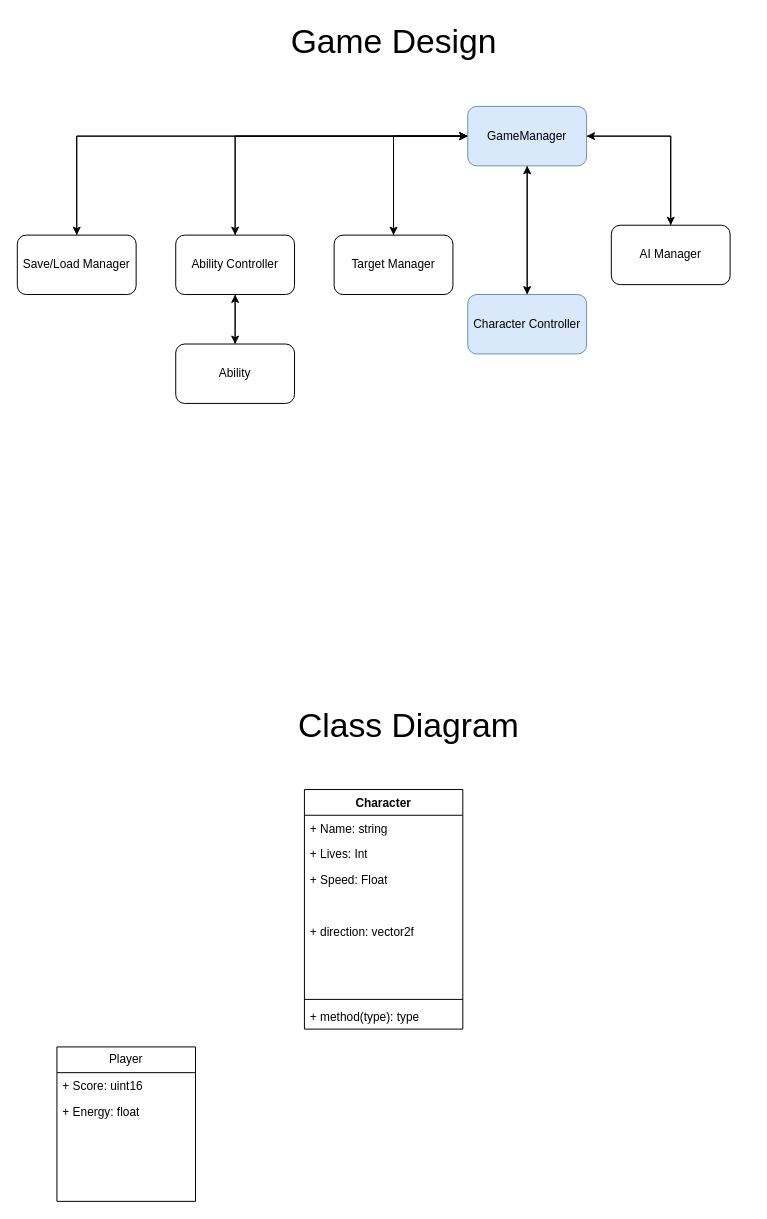
Before: docs/umlDocs/RapidRecharge-GameDesign-Diagram.drawio in JodyLS27/space-invaders, a draw.io diagram. Source tidied: cells renumbered, new cells numbered last; positions are measured from the earlier drawing's top-left corner, leaving out a move shared by most shapes. Both pictures are drawn from the tidied source at 99%, with x=0, y=0 at pixel (17, 17).
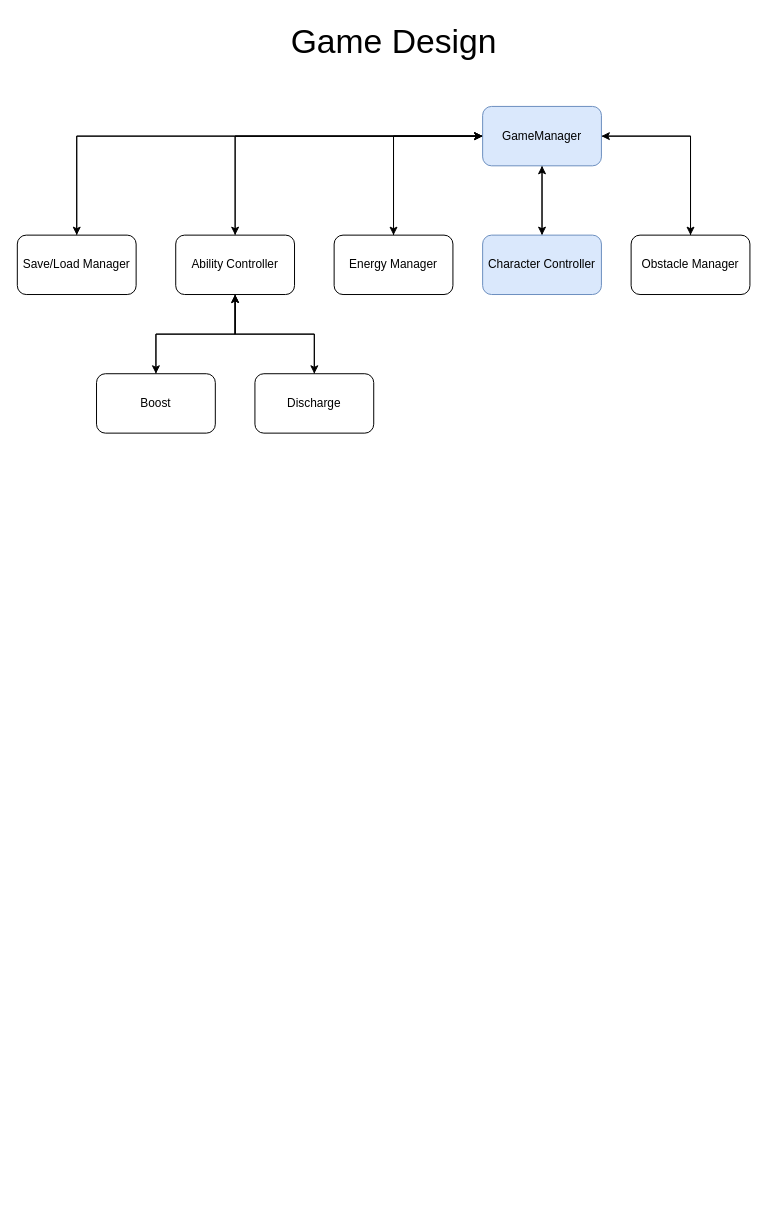
After the change.

Commit message (it also covers changes not shown here):
Adding UML Documentaion - Added the stateMachines Folder - Added a Player Input stateMachine diagram. - Added a gameDesign Diagram

Unchanged cells that the change refers to:
```xml
<mxCell id="13" value="Ability Controller" style="rounded=1;whiteSpace=wrap;html=1;" parent="1" vertex="1">
  <mxGeometry x="160" y="220" width="120" height="60" as="geometry" />
</mxCell>
```

The edit, as a diff of the source:
```diff
@@
     <mxCell id="7" value="GameManager" style="rounded=1;whiteSpace=wrap;html=1;fillColor=#dae8fc;strokeColor=#6c8ebf;" parent="1" vertex="1">
-      <mxGeometry x="455" y="90" width="120" height="60" as="geometry" />
+      <mxGeometry x="470" y="90" width="120" height="60" as="geometry" />
     </mxCell>
@@
     <mxCell id="9" value="Character Controller" style="rounded=1;whiteSpace=wrap;html=1;fillColor=#dae8fc;strokeColor=#6c8ebf;" parent="1" vertex="1">
-      <mxGeometry x="455" y="280" width="120" height="60" as="geometry" />
+      <mxGeometry x="470" y="220" width="120" height="60" as="geometry" />
     </mxCell>
@@
-    <mxCell id="11" value="Target Manager" style="rounded=1;whiteSpace=wrap;html=1;" parent="1" vertex="1">
+    <mxCell id="11" value="Energy Manager" style="rounded=1;whiteSpace=wrap;html=1;" parent="1" vertex="1">
       <mxGeometry x="320" y="220" width="120" height="60" as="geometry" />
     </mxCell>
@@
+    <mxCell id="39" style="edgeStyle=orthogonalEdgeStyle;rounded=0;jettySize=auto;html=1;exitX=0.5;exitY=1;exitDx=0;exitDy=0;entryX=0.5;entryY=0;entryDx=0;entryDy=0;" parent="1" edge="1" source="13" target="41">
+      <mxGeometry relative="1" as="geometry" />
+    </mxCell>
@@
-    <mxCell id="18" value="Ability" style="whiteSpace=wrap;html=1;rounded=1;" parent="1" vertex="1">
-      <mxGeometry x="160" y="330" width="120" height="60" as="geometry" />
+    <mxCell id="18" value="Boost" style="whiteSpace=wrap;html=1;rounded=1;" parent="1" vertex="1">
+      <mxGeometry x="80" y="360" width="120" height="60" as="geometry" />
     </mxCell>
@@
-    <mxCell id="20" value="AI Manager" style="rounded=1;whiteSpace=wrap;html=1;" parent="1" vertex="1">
-      <mxGeometry x="600" y="210" width="120" height="60" as="geometry" />
+    <mxCell id="20" value="Obstacle Manager" style="rounded=1;whiteSpace=wrap;html=1;" parent="1" vertex="1">
+      <mxGeometry x="620" y="220" width="120" height="60" as="geometry" />
     </mxCell>
-    <mxCell id="21" value="Player" style="swimlane;fontStyle=0;horizontal=1;startSize=26;fillColor=none;whiteSpace=wrap;html=1;" parent="1" vertex="1">
-      <mxGeometry x="40" y="1040" width="140" height="156" as="geometry" />
-    </mxCell>
-    <mxCell id="22" value="+ Score: uint16" style="text;strokeColor=none;fillColor=none;align=left;verticalAlign=top;spacingLeft=4;spacingRight=4;overflow=hidden;whiteSpace=wrap;html=1;" parent="21" vertex="1">
-      <mxGeometry y="26" width="140" height="26" as="geometry" />
-    </mxCell>
-    <mxCell id="23" value="+ Energy: float" style="text;strokeColor=none;fillColor=none;align=left;verticalAlign=top;spacingLeft=4;spacingRight=4;overflow=hidden;whiteSpace=wrap;html=1;" parent="21" vertex="1">
-      <mxGeometry y="52" width="140" height="26" as="geometry" />
-    </mxCell>
-    <mxCell id="24" style="text;strokeColor=none;fillColor=none;align=left;verticalAlign=top;spacingLeft=4;spacingRight=4;overflow=hidden;whiteSpace=wrap;html=1;" parent="21" vertex="1">
-      <mxGeometry y="78" width="140" height="26" as="geometry" />
-    </mxCell>
-    <mxCell id="25" style="text;strokeColor=none;fillColor=none;align=left;verticalAlign=top;spacingLeft=4;spacingRight=4;overflow=hidden;whiteSpace=wrap;html=1;" parent="21" vertex="1">
-      <mxGeometry y="104" width="140" height="26" as="geometry" />
-    </mxCell>
-    <mxCell id="26" style="text;strokeColor=none;fillColor=none;align=left;verticalAlign=top;spacingLeft=4;spacingRight=4;overflow=hidden;whiteSpace=wrap;html=1;" parent="21" vertex="1">
-      <mxGeometry y="130" width="140" height="26" as="geometry" />
-    </mxCell>
-    <mxCell id="27" value="Character" style="swimlane;fontStyle=1;align=center;verticalAlign=top;horizontal=1;startSize=26;whiteSpace=wrap;html=1;" parent="1" vertex="1">
-      <mxGeometry x="290" y="780" width="160" height="242" as="geometry" />
-    </mxCell>
-    <mxCell id="28" value="+ Name: string" style="text;strokeColor=none;fillColor=none;align=left;verticalAlign=top;spacingLeft=4;spacingRight=4;overflow=hidden;whiteSpace=wrap;html=1;" parent="27" vertex="1">
-      <mxGeometry y="26" width="160" height="26" as="geometry" />
-    </mxCell>
-    <mxCell id="29" value="+ Lives: Int" style="text;strokeColor=none;fillColor=none;align=left;verticalAlign=top;spacingLeft=4;spacingRight=4;overflow=hidden;whiteSpace=wrap;html=1;" parent="27" vertex="1">
-      <mxGeometry y="52" width="160" height="26" as="geometry" />
-    </mxCell>
-    <mxCell id="30" value="+ Speed: Float" style="text;strokeColor=none;fillColor=none;align=left;verticalAlign=top;spacingLeft=4;spacingRight=4;overflow=hidden;whiteSpace=wrap;html=1;" parent="27" vertex="1">
-      <mxGeometry y="78" width="160" height="26" as="geometry" />
-    </mxCell>
-    <mxCell id="31" style="text;strokeColor=none;fillColor=none;align=left;verticalAlign=top;spacingLeft=4;spacingRight=4;overflow=hidden;whiteSpace=wrap;html=1;" parent="27" vertex="1">
-      <mxGeometry y="104" width="160" height="26" as="geometry" />
-    </mxCell>
-    <mxCell id="32" value="+ direction: vector2f" style="text;strokeColor=none;fillColor=none;align=left;verticalAlign=top;spacingLeft=4;spacingRight=4;overflow=hidden;whiteSpace=wrap;html=1;" parent="27" vertex="1">
-      <mxGeometry y="130" width="160" height="26" as="geometry" />
-    </mxCell>
-    <mxCell id="33" style="text;strokeColor=none;fillColor=none;align=left;verticalAlign=top;spacingLeft=4;spacingRight=4;overflow=hidden;whiteSpace=wrap;html=1;" parent="27" vertex="1">
-      <mxGeometry y="156" width="160" height="26" as="geometry" />
-    </mxCell>
-    <mxCell id="34" style="text;strokeColor=none;fillColor=none;align=left;verticalAlign=top;spacingLeft=4;spacingRight=4;overflow=hidden;whiteSpace=wrap;html=1;" parent="27" vertex="1">
-      <mxGeometry y="182" width="160" height="26" as="geometry" />
-    </mxCell>
-    <mxCell id="35" style="line;strokeWidth=1;fillColor=none;align=left;verticalAlign=middle;spacingTop=-1;spacingLeft=3;spacingRight=3;labelPosition=right;strokeColor=inherit;" parent="27" vertex="1">
-      <mxGeometry y="208" width="160" height="8" as="geometry" />
-    </mxCell>
-    <mxCell id="36" value="+ method(type): type" style="text;strokeColor=none;fillColor=none;align=left;verticalAlign=top;spacingLeft=4;spacingRight=4;overflow=hidden;whiteSpace=wrap;html=1;" parent="27" vertex="1">
-      <mxGeometry y="216" width="160" height="26" as="geometry" />
-    </mxCell>
@@
-    <mxCell id="38" value="&lt;font style=&quot;font-size: 34px;&quot;&gt;Class Diagram&lt;/font&gt;" style="text;html=1;align=center;verticalAlign=middle;strokeColor=none;fillColor=none;strokeWidth=2;" parent="1" vertex="1">
-      <mxGeometry x="270" y="690" width="250" height="50" as="geometry" />
-    </mxCell>
+    <mxCell id="40" style="edgeStyle=orthogonalEdgeStyle;rounded=0;jettySize=auto;html=1;entryX=0.5;entryY=1;entryDx=0;entryDy=0;" parent="1" edge="1" source="41" target="13">
+      <mxGeometry relative="1" as="geometry" />
+    </mxCell>
+    <mxCell id="41" value="Discharge" style="whiteSpace=wrap;html=1;rounded=1;" parent="1" vertex="1">
+      <mxGeometry x="240" y="360" width="120" height="60" as="geometry" />
+    </mxCell>
```
